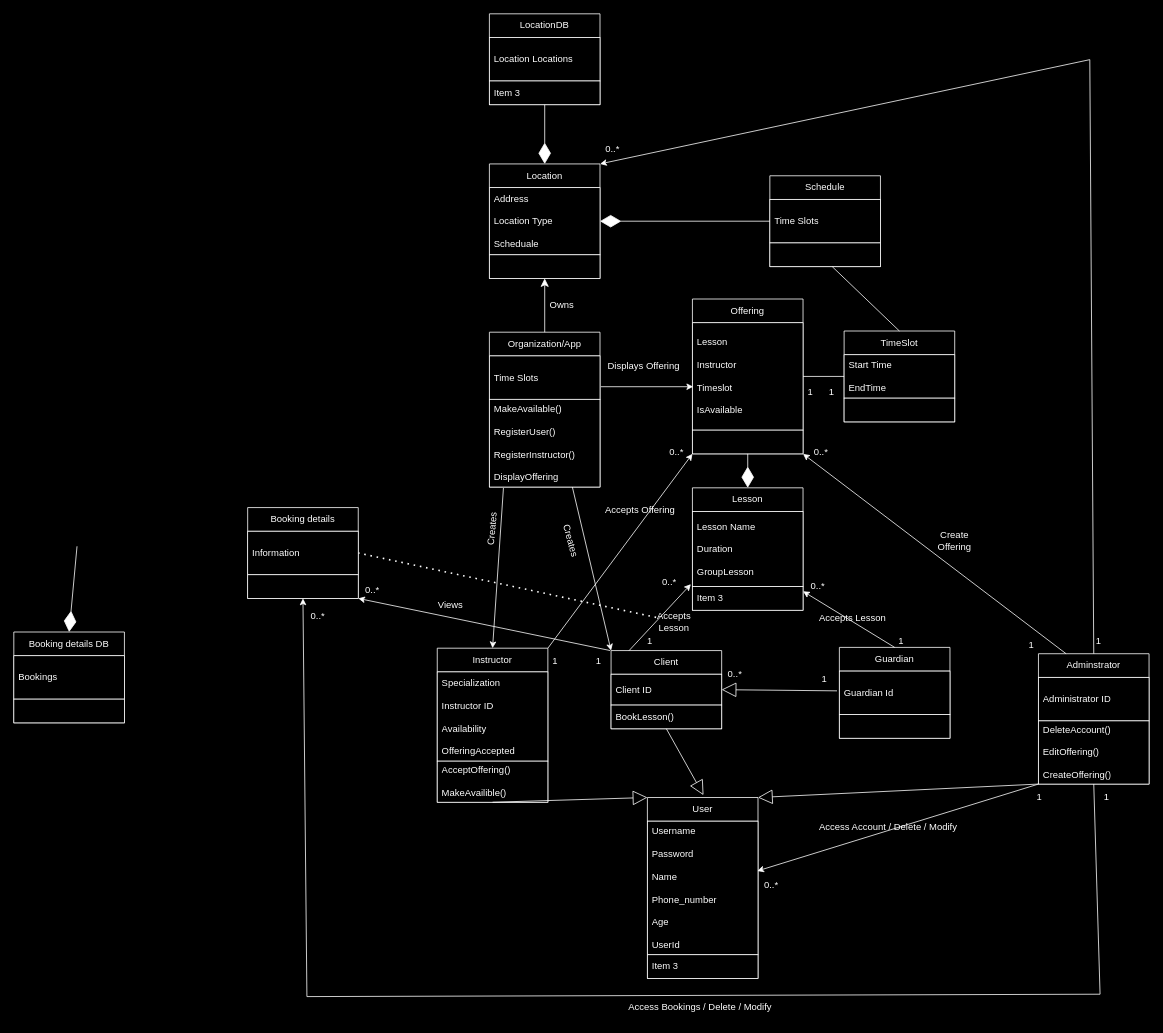
matdavid7272/342project keeps this draw.io diagram as Use Case 1/class_diagram.drawio. Above is the earlier version. Source tidied: cells renumbered, new cells numbered last; positions are measured from the earlier drawing's top-left corner, leaving out a move shared by most shapes. Both pictures are drawn from the tidied source at 79%, with x=0, y=0 at pixel (13, 13).
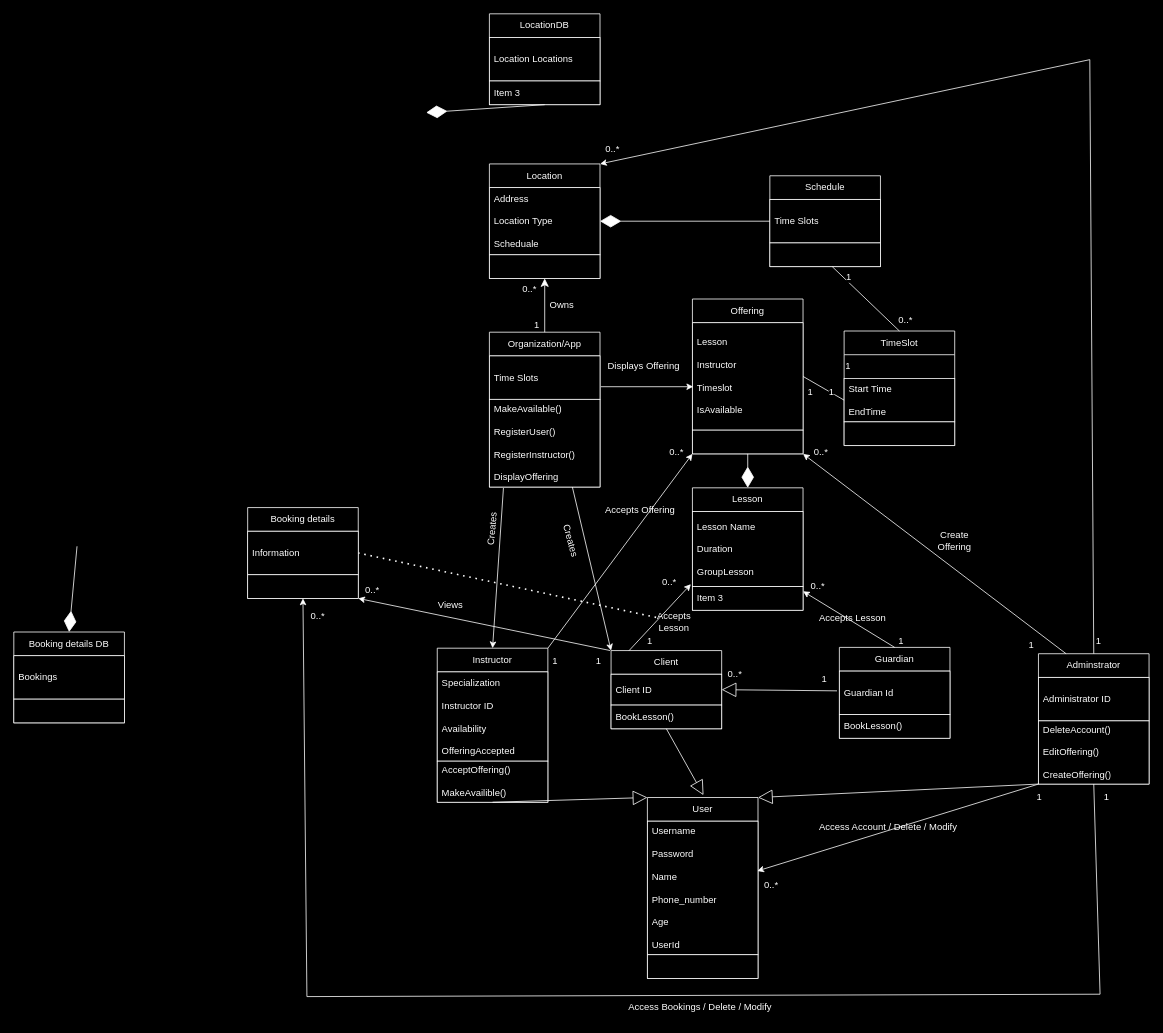
After the change.

Unchanged cells that the change refers to:
```xml
<mxCell id="2" value="&lt;font color=&quot;#ffffff&quot;&gt;User&lt;/font&gt;" style="swimlane;fontStyle=0;horizontal=1;startSize=30;whiteSpace=wrap;html=1;strokeColor=#FFFFFF;fillColor=#000000;" parent="1" vertex="1">
  <mxGeometry x="802" y="992" width="140" height="229" as="geometry" />
</mxCell>
<mxCell id="17" value="&lt;font color=&quot;#ffffff&quot;&gt;Guardian&lt;/font&gt;" style="swimlane;fontStyle=0;horizontal=1;startSize=30;whiteSpace=wrap;html=1;strokeColor=#FFFFFF;fillColor=#000000;" parent="1" vertex="1">
  <mxGeometry x="1045" y="802" width="140" height="115" as="geometry" />
</mxCell>
<mxCell id="20" value="&lt;font color=&quot;#ffffff&quot;&gt;Location&lt;/font&gt;" style="swimlane;fontStyle=0;horizontal=1;startSize=30;whiteSpace=wrap;html=1;strokeColor=#FFFFFF;fillColor=#000000;" parent="1" vertex="1">
  <mxGeometry x="602" y="190" width="140" height="145" as="geometry" />
</mxCell>
<mxCell id="27" value="&lt;font color=&quot;#ffffff&quot;&gt;LocationDB&lt;/font&gt;" style="swimlane;fontStyle=0;horizontal=1;startSize=30;whiteSpace=wrap;html=1;strokeColor=#FFFFFF;fillColor=#000000;" parent="1" vertex="1">
  <mxGeometry x="602" width="140" height="115" as="geometry" />
</mxCell>
```

What changed in the source:
```diff
@@
-    <mxCell id="4" value="&lt;font style=&quot;background-color: rgb(0, 0, 0);&quot; color=&quot;#ffffff&quot;&gt;Item 3&lt;/font&gt;" style="text;strokeColor=#FFFFFF;fillColor=#000000;align=left;verticalAlign=middle;spacingLeft=4;spacingRight=4;overflow=hidden;whiteSpace=wrap;html=1;" parent="2" vertex="1">
+    <mxCell id="4" style="text;strokeColor=#FFFFFF;fillColor=#000000;align=left;verticalAlign=middle;spacingLeft=4;spacingRight=4;overflow=hidden;whiteSpace=wrap;html=1;" parent="2" vertex="1">
       <mxGeometry y="199" width="140" height="30" as="geometry" />
     </mxCell>
@@
-    <mxCell id="19" style="text;strokeColor=#FFFFFF;fillColor=#000000;align=left;verticalAlign=middle;spacingLeft=4;spacingRight=4;overflow=hidden;whiteSpace=wrap;html=1;" parent="17" vertex="1">
+    <mxCell id="19" value="&lt;span style=&quot;color: rgb(255, 255, 255); background-color: rgb(0, 0, 0);&quot;&gt;BookLesson()&lt;/span&gt;" style="text;strokeColor=#FFFFFF;fillColor=#000000;align=left;verticalAlign=middle;spacingLeft=4;spacingRight=4;overflow=hidden;whiteSpace=wrap;html=1;" parent="17" vertex="1">
       <mxGeometry y="85" width="140" height="30" as="geometry" />
     </mxCell>
@@
-    <mxCell id="30" style="endArrow=diamondThin;endFill=1;endSize=24;html=1;rounded=0;strokeColor=#FFFFFF;entryX=0.5;entryY=0;entryDx=0;entryDy=0;exitX=0.5;exitY=1;exitDx=0;exitDy=0;" parent="1" edge="1" source="27" target="20">
-      <mxGeometry relative="1" as="geometry" />
+    <mxCell id="30" style="endArrow=diamondThin;endFill=1;endSize=24;html=1;rounded=0;strokeColor=#FFFFFF;exitX=0.5;exitY=1;exitDx=0;exitDy=0;" parent="1" edge="1" source="27">
+      <mxGeometry relative="1" as="geometry">
+        <mxPoint x="522" y="125" as="targetPoint" />
+      </mxGeometry>
     </mxCell>
@@
     <mxCell id="36" value="&lt;font color=&quot;#ffffff&quot;&gt;TimeSlot&lt;/font&gt;" style="swimlane;fontStyle=0;horizontal=1;startSize=30;whiteSpace=wrap;html=1;strokeColor=#FFFFFF;fillColor=#000000;" parent="1" vertex="1">
-      <mxGeometry x="1051" y="401.5" width="140" height="115" as="geometry" />
+      <mxGeometry x="1051" y="401.5" width="140" height="145" as="geometry" />
     </mxCell>
+    <mxCell id="98" value="&lt;font style=&quot;background-color: rgb(0, 0, 0);&quot; color=&quot;#ffffff&quot;&gt;1&lt;/font&gt;" style="text;whiteSpace=wrap;html=1;" parent="36" vertex="1">
+      <mxGeometry y="30" width="140" height="30" as="geometry" />
+    </mxCell>
     <mxCell id="37" value="&lt;font color=&quot;#ffffff&quot;&gt;Start Time&lt;/font&gt;&lt;div&gt;&lt;font color=&quot;#ffffff&quot;&gt;&lt;br&gt;&lt;/font&gt;&lt;/div&gt;&lt;div&gt;&lt;font color=&quot;#ffffff&quot;&gt;EndTime&lt;/font&gt;&lt;/div&gt;" style="text;strokeColor=#FFFFFF;fillColor=#000000;align=left;verticalAlign=middle;spacingLeft=4;spacingRight=4;overflow=hidden;points=[[0,0.5],[1,0.5]];portConstraint=eastwest;whiteSpace=wrap;html=1;" parent="36" vertex="1">
-      <mxGeometry y="30" width="140" height="55" as="geometry" />
+      <mxGeometry y="60" width="140" height="55" as="geometry" />
     </mxCell>
     <mxCell id="38" style="text;strokeColor=#FFFFFF;fillColor=#000000;align=left;verticalAlign=middle;spacingLeft=4;spacingRight=4;overflow=hidden;whiteSpace=wrap;html=1;" parent="36" vertex="1">
-      <mxGeometry y="85" width="140" height="30" as="geometry" />
+      <mxGeometry y="115" width="140" height="30" as="geometry" />
     </mxCell>
@@
+    <mxCell id="99" value="&lt;font style=&quot;background-color: rgb(0, 0, 0);&quot; color=&quot;#ffffff&quot;&gt;0..*&lt;/font&gt;" style="text;whiteSpace=wrap;html=1;" parent="1" vertex="1">
+      <mxGeometry x="1118" y="374" width="59" height="36" as="geometry" />
+    </mxCell>
+    <mxCell id="100" value="&lt;font style=&quot;background-color: rgb(0, 0, 0);&quot; color=&quot;#ffffff&quot;&gt;1&lt;/font&gt;" style="text;whiteSpace=wrap;html=1;" parent="1" vertex="1">
+      <mxGeometry x="657" y="380" width="21" height="30" as="geometry" />
+    </mxCell>
+    <mxCell id="101" value="&lt;font style=&quot;background-color: rgb(0, 0, 0);&quot; color=&quot;#ffffff&quot;&gt;0..*&lt;/font&gt;" style="text;whiteSpace=wrap;html=1;" parent="1" vertex="1">
+      <mxGeometry x="642" y="335" width="59" height="36" as="geometry" />
+    </mxCell>
+    <mxCell id="102" value="&lt;font style=&quot;background-color: rgb(0, 0, 0);&quot; color=&quot;#ffffff&quot;&gt;1&lt;/font&gt;" style="text;whiteSpace=wrap;html=1;" parent="1" vertex="1">
+      <mxGeometry x="1051.5" y="320" width="21" height="30" as="geometry" />
+    </mxCell>
```
